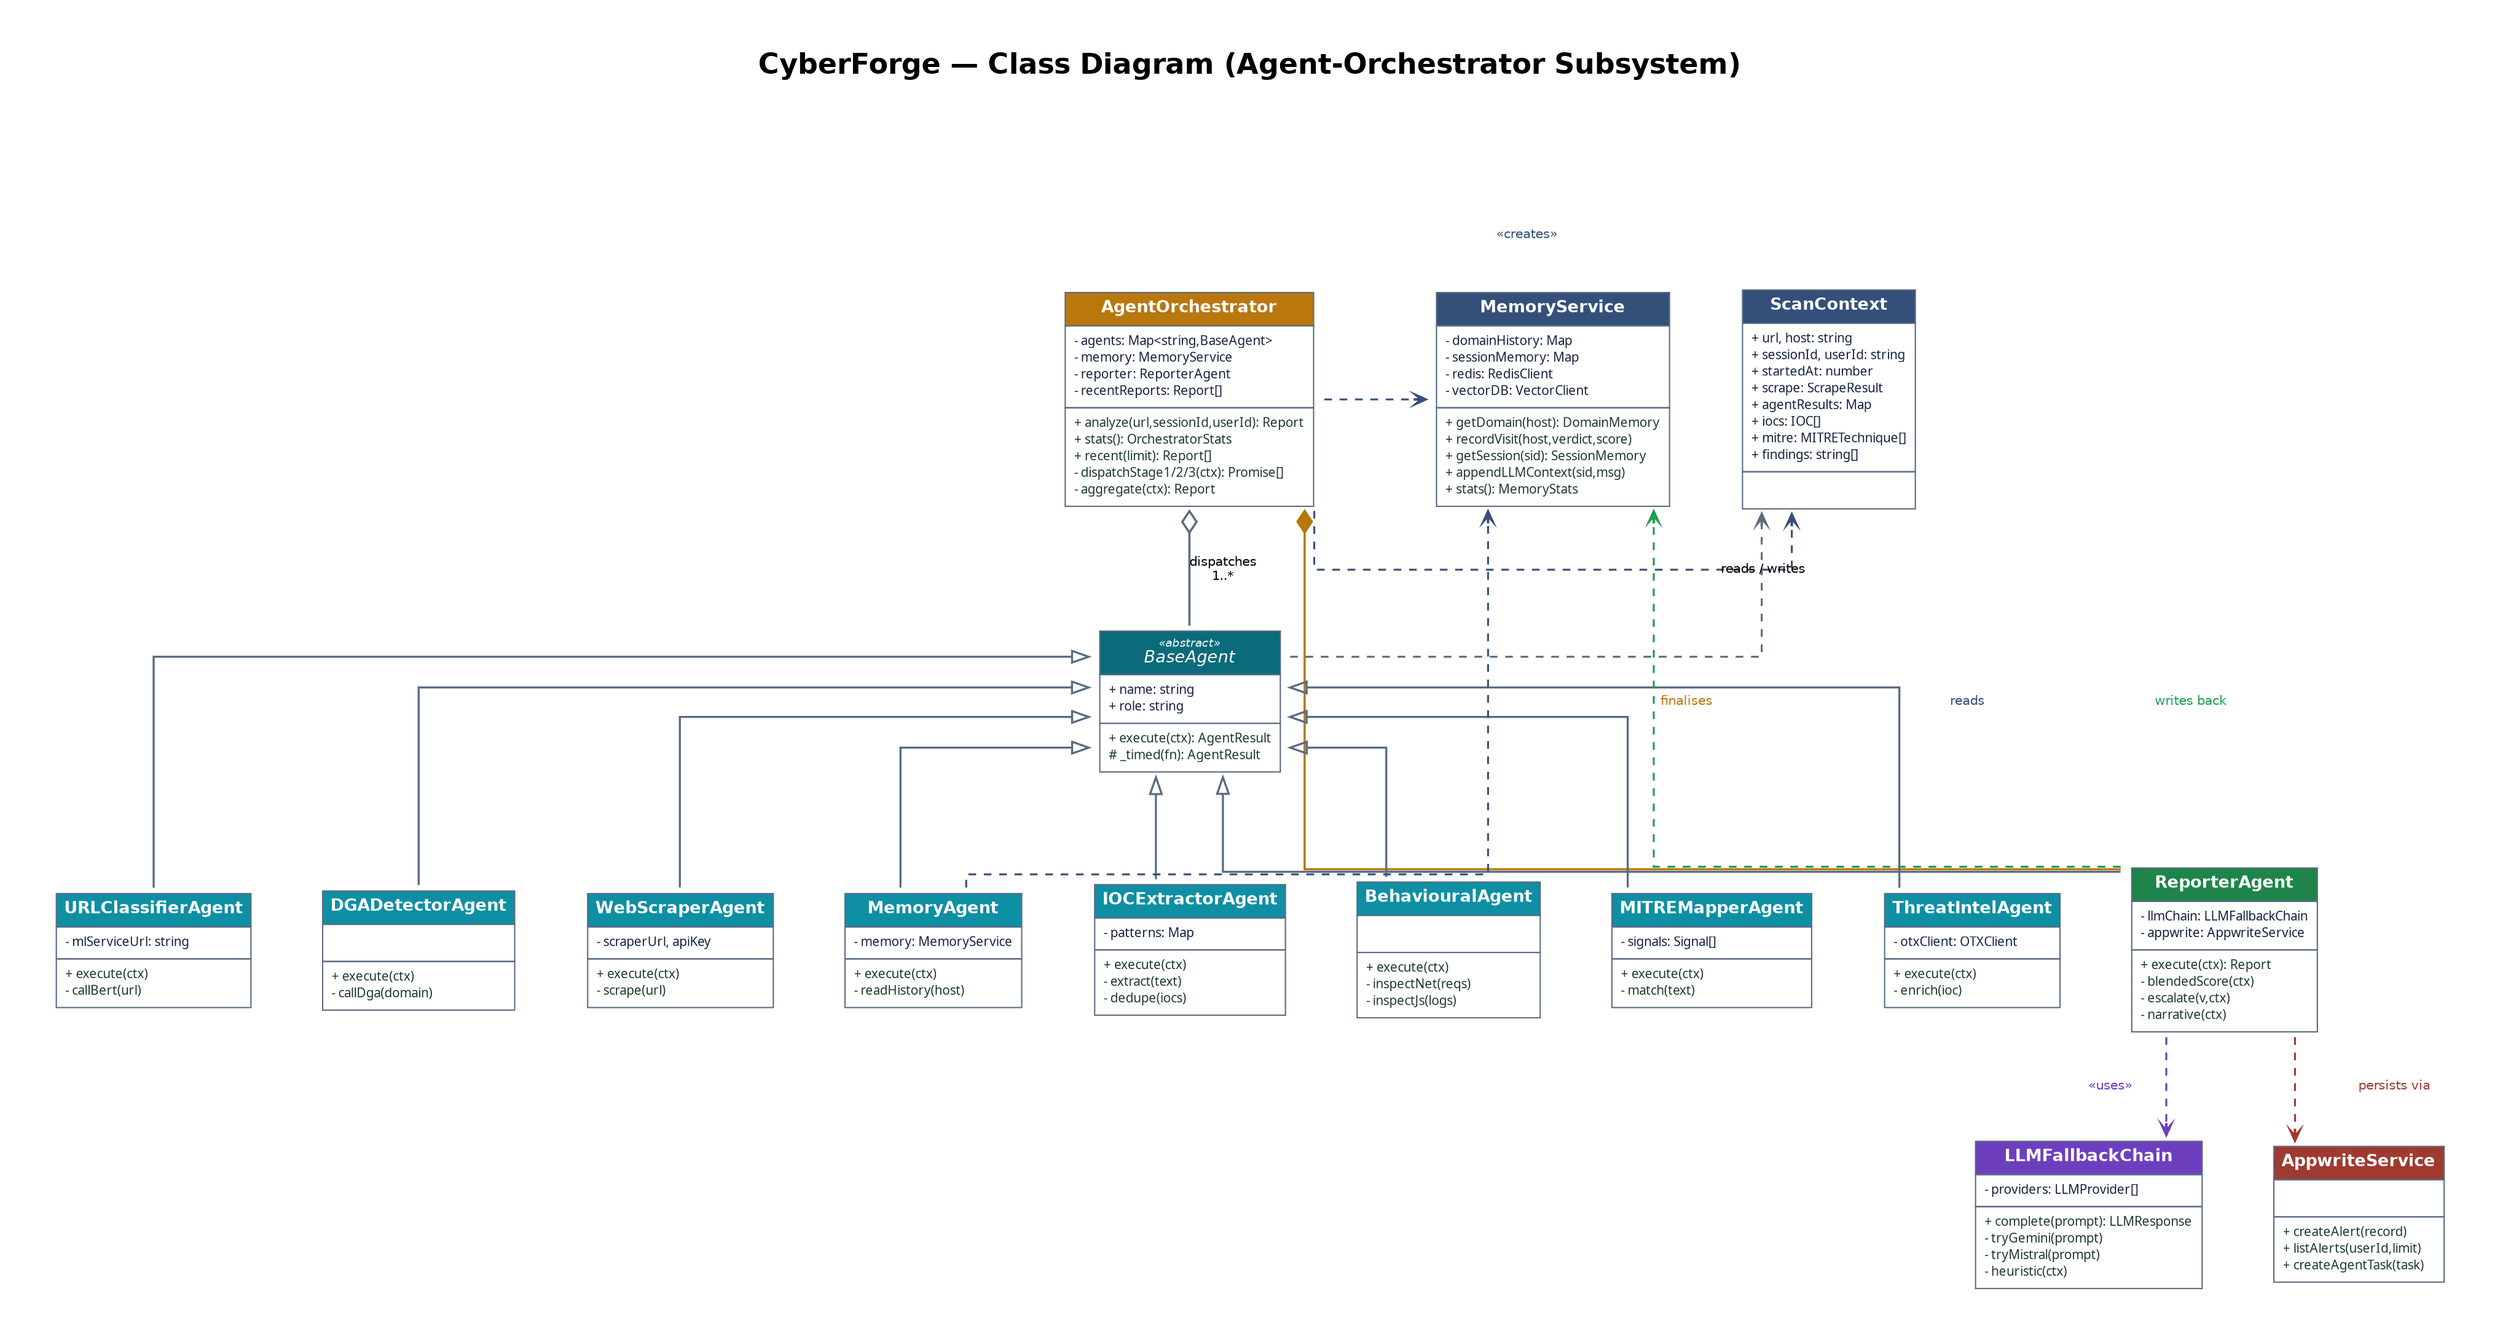
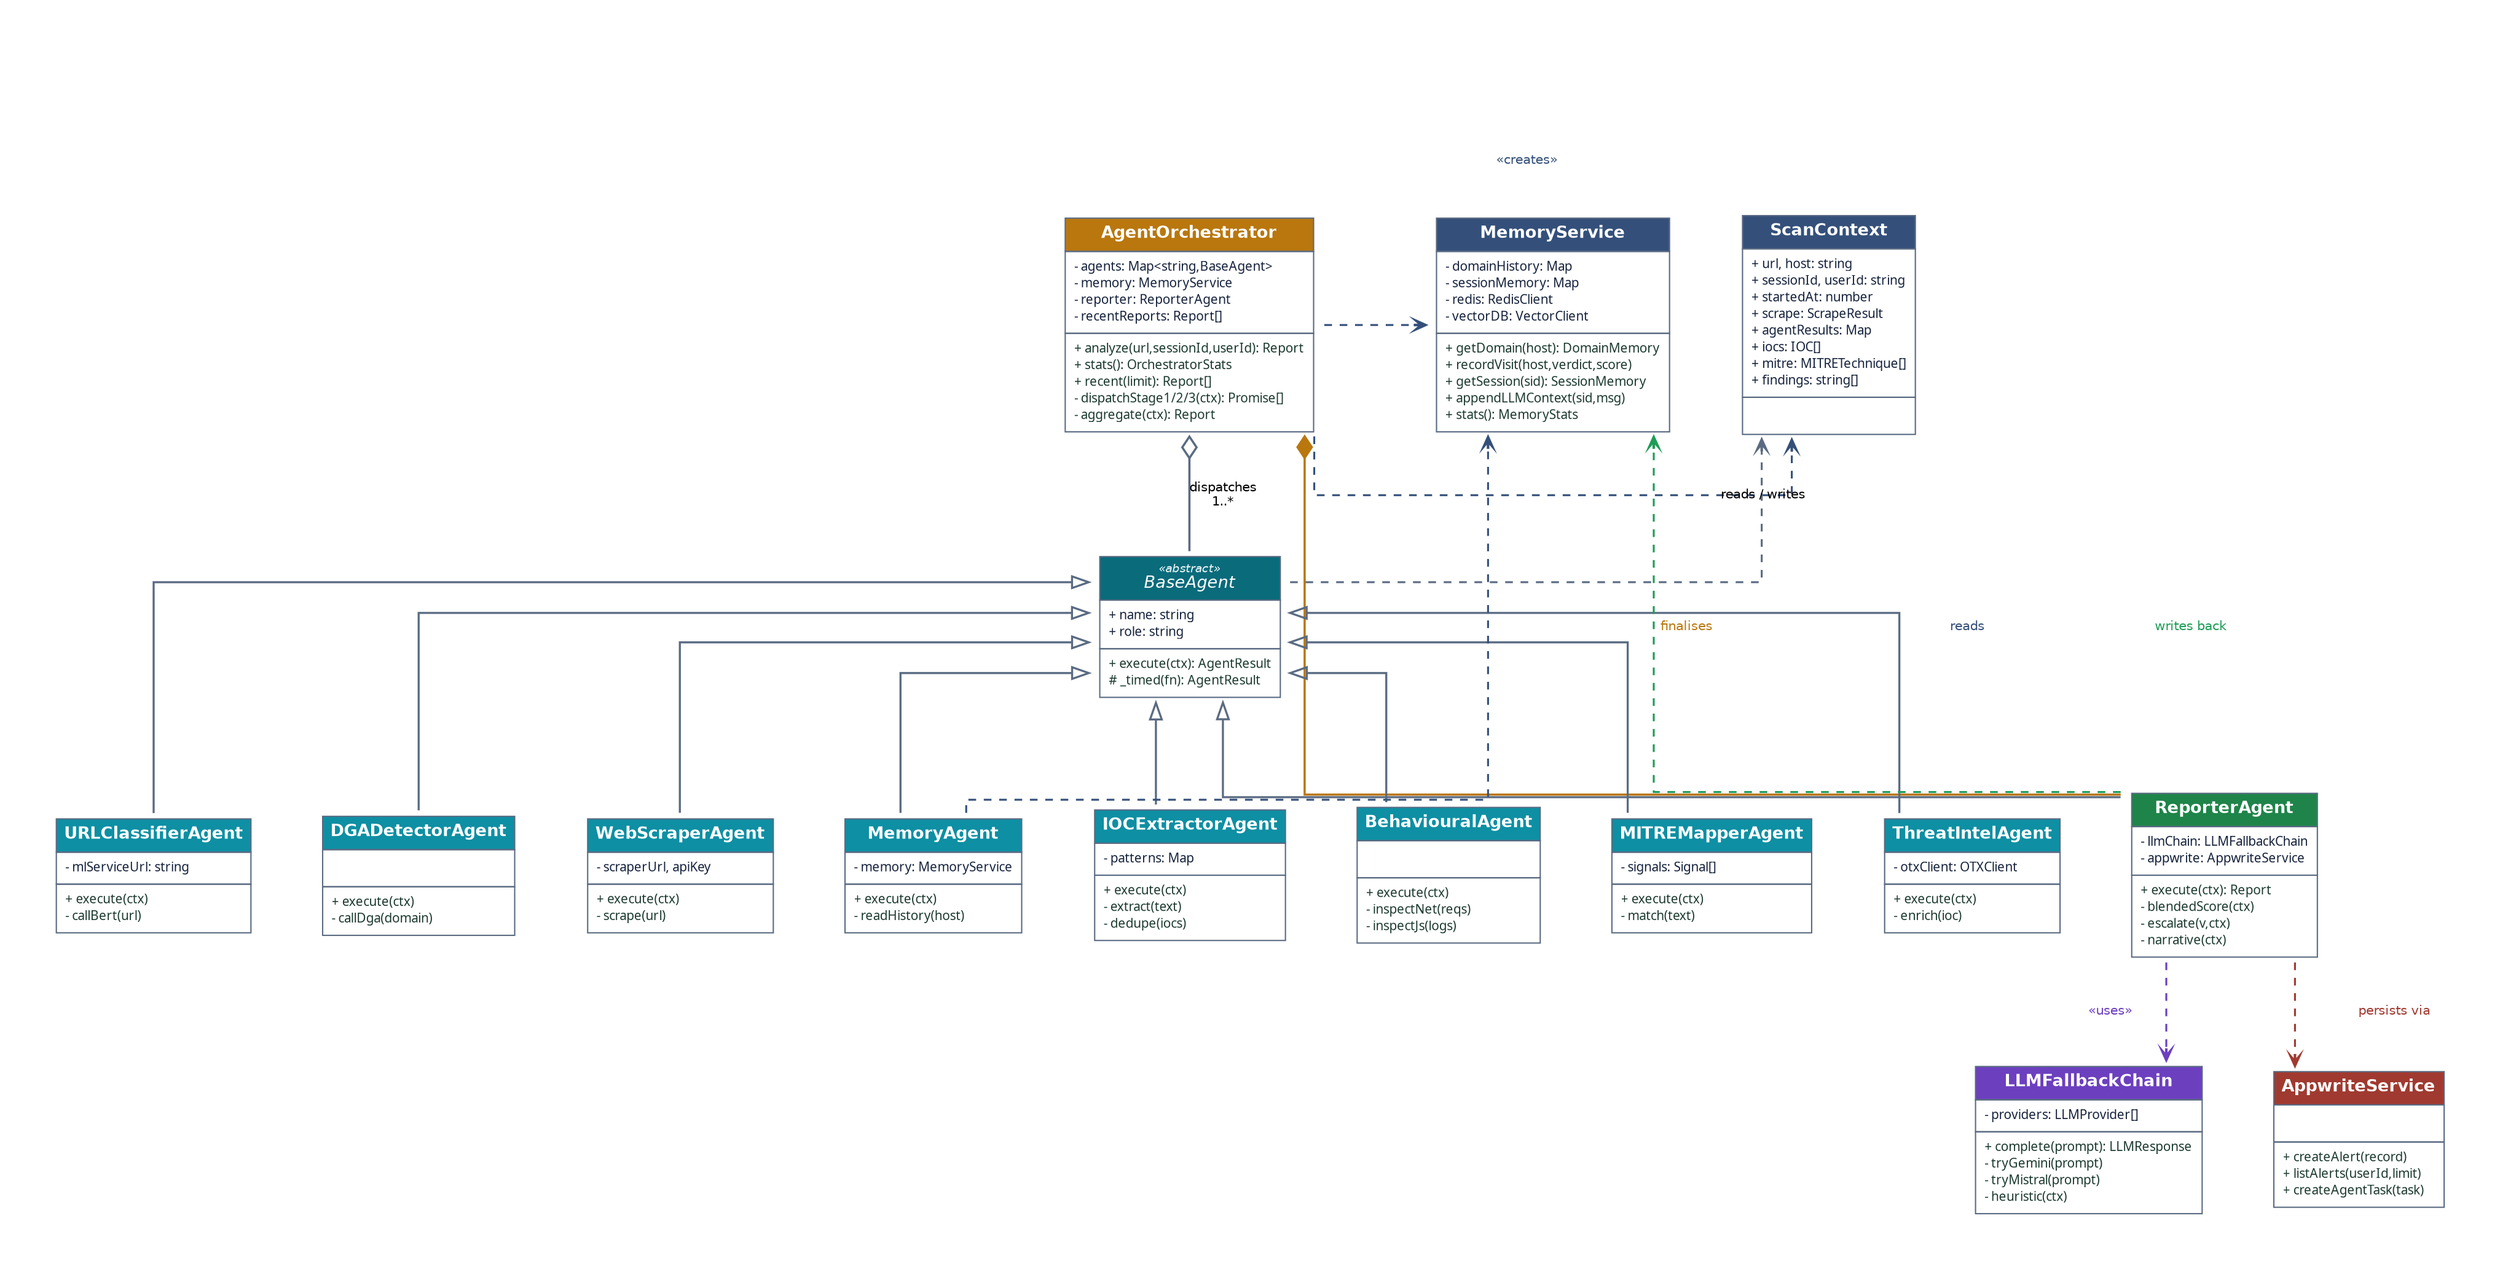
digraph cyberforge_class {
  graph [rankdir=TB, splines=ortho, bgcolor="white", nodesep=0.55,
-          ranksep=0.9, pad=0.5, fontname="Helvetica-Bold", fontsize=22,
-          labelloc=t, label="CyberForge — Class Diagram (Agent-Orchestrator Subsystem)\n\n"];
+          ranksep=0.9, pad=0.5, fontname="Helvetica-Bold", fontsize=22];
  node [shape=plaintext, fontname="Helvetica"];
  edge [fontname="Helvetica", fontsize=10, penwidth=1.6, color="#5A6B82"];
  Orchestrator [label=<<TABLE BORDER="0" CELLBORDER="1" CELLSPACING="0" CELLPADDING="5" COLOR="#5A6B82"><TR><TD BGCOLOR="#B9770E" ALIGN="CENTER"><FONT POINT-SIZE="13.5" COLOR="white"><B>AgentOrchestrator</B></FONT></TD></TR><TR><TD ALIGN="LEFT"><TABLE BORDER="0" CELLBORDER="0" CELLSPACING="0" CELLPADDING="1"><TR><TD ALIGN="LEFT"><FONT FACE="Menlo" POINT-SIZE="10" COLOR="#16233D">- agents: Map&lt;string,BaseAgent&gt;</FONT></TD></TR><TR><TD ALIGN="LEFT"><FONT FACE="Menlo" POINT-SIZE="10" COLOR="#16233D">- memory: MemoryService</FONT></TD></TR><TR><TD ALIGN="LEFT"><FONT FACE="Menlo" POINT-SIZE="10" COLOR="#16233D">- reporter: ReporterAgent</FONT></TD></TR><TR><TD ALIGN="LEFT"><FONT FACE="Menlo" POINT-SIZE="10" COLOR="#16233D">- recentReports: Report[]</FONT></TD></TR></TABLE></TD></TR><TR><TD ALIGN="LEFT"><TABLE BORDER="0" CELLBORDER="0" CELLSPACING="0" CELLPADDING="1"><TR><TD ALIGN="LEFT"><FONT FACE="Menlo" POINT-SIZE="10" COLOR="#1d3b2f">+ analyze(url,sessionId,userId): Report</FONT></TD></TR><TR><TD ALIGN="LEFT"><FONT FACE="Menlo" POINT-SIZE="10" COLOR="#1d3b2f">+ stats(): OrchestratorStats</FONT></TD></TR><TR><TD ALIGN="LEFT"><FONT FACE="Menlo" POINT-SIZE="10" COLOR="#1d3b2f">+ recent(limit): Report[]</FONT></TD></TR><TR><TD ALIGN="LEFT"><FONT FACE="Menlo" POINT-SIZE="10" COLOR="#1d3b2f">- dispatchStage1/2/3(ctx): Promise[]</FONT></TD></TR><TR><TD ALIGN="LEFT"><FONT FACE="Menlo" POINT-SIZE="10" COLOR="#1d3b2f">- aggregate(ctx): Report</FONT></TD></TR></TABLE></TD></TR></TABLE>>];
  Base [label=<<TABLE BORDER="0" CELLBORDER="1" CELLSPACING="0" CELLPADDING="5" COLOR="#5A6B82"><TR><TD BGCOLOR="#0A6B7B" ALIGN="CENTER"><FONT POINT-SIZE="9" COLOR="#EAF6F8"><I>«abstract»</I></FONT><BR/><FONT POINT-SIZE="13.5" COLOR="white"><I>BaseAgent</I></FONT></TD></TR><TR><TD ALIGN="LEFT"><TABLE BORDER="0" CELLBORDER="0" CELLSPACING="0" CELLPADDING="1"><TR><TD ALIGN="LEFT"><FONT FACE="Menlo" POINT-SIZE="10" COLOR="#16233D">+ name: string</FONT></TD></TR><TR><TD ALIGN="LEFT"><FONT FACE="Menlo" POINT-SIZE="10" COLOR="#16233D">+ role: string</FONT></TD></TR></TABLE></TD></TR><TR><TD ALIGN="LEFT"><TABLE BORDER="0" CELLBORDER="0" CELLSPACING="0" CELLPADDING="1"><TR><TD ALIGN="LEFT"><FONT FACE="Menlo" POINT-SIZE="10" COLOR="#1d3b2f">+ execute(ctx): AgentResult</FONT></TD></TR><TR><TD ALIGN="LEFT"><FONT FACE="Menlo" POINT-SIZE="10" COLOR="#1d3b2f"># _timed(fn): AgentResult</FONT></TD></TR></TABLE></TD></TR></TABLE>>];
  Ctx [label=<<TABLE BORDER="0" CELLBORDER="1" CELLSPACING="0" CELLPADDING="5" COLOR="#5A6B82"><TR><TD BGCOLOR="#34507A" ALIGN="CENTER"><FONT POINT-SIZE="13.5" COLOR="white"><B>ScanContext</B></FONT></TD></TR><TR><TD ALIGN="LEFT"><TABLE BORDER="0" CELLBORDER="0" CELLSPACING="0" CELLPADDING="1"><TR><TD ALIGN="LEFT"><FONT FACE="Menlo" POINT-SIZE="10" COLOR="#16233D">+ url, host: string</FONT></TD></TR><TR><TD ALIGN="LEFT"><FONT FACE="Menlo" POINT-SIZE="10" COLOR="#16233D">+ sessionId, userId: string</FONT></TD></TR><TR><TD ALIGN="LEFT"><FONT FACE="Menlo" POINT-SIZE="10" COLOR="#16233D">+ startedAt: number</FONT></TD></TR><TR><TD ALIGN="LEFT"><FONT FACE="Menlo" POINT-SIZE="10" COLOR="#16233D">+ scrape: ScrapeResult</FONT></TD></TR><TR><TD ALIGN="LEFT"><FONT FACE="Menlo" POINT-SIZE="10" COLOR="#16233D">+ agentResults: Map</FONT></TD></TR><TR><TD ALIGN="LEFT"><FONT FACE="Menlo" POINT-SIZE="10" COLOR="#16233D">+ iocs: IOC[]</FONT></TD></TR><TR><TD ALIGN="LEFT"><FONT FACE="Menlo" POINT-SIZE="10" COLOR="#16233D">+ mitre: MITRETechnique[]</FONT></TD></TR><TR><TD ALIGN="LEFT"><FONT FACE="Menlo" POINT-SIZE="10" COLOR="#16233D">+ findings: string[]</FONT></TD></TR></TABLE></TD></TR><TR><TD ALIGN="LEFT"><TABLE BORDER="0" CELLBORDER="0" CELLSPACING="0" CELLPADDING="1"><TR><TD> </TD></TR></TABLE></TD></TR></TABLE>>];
  Mem [label=<<TABLE BORDER="0" CELLBORDER="1" CELLSPACING="0" CELLPADDING="5" COLOR="#5A6B82"><TR><TD BGCOLOR="#34507A" ALIGN="CENTER"><FONT POINT-SIZE="13.5" COLOR="white"><B>MemoryService</B></FONT></TD></TR><TR><TD ALIGN="LEFT"><TABLE BORDER="0" CELLBORDER="0" CELLSPACING="0" CELLPADDING="1"><TR><TD ALIGN="LEFT"><FONT FACE="Menlo" POINT-SIZE="10" COLOR="#16233D">- domainHistory: Map</FONT></TD></TR><TR><TD ALIGN="LEFT"><FONT FACE="Menlo" POINT-SIZE="10" COLOR="#16233D">- sessionMemory: Map</FONT></TD></TR><TR><TD ALIGN="LEFT"><FONT FACE="Menlo" POINT-SIZE="10" COLOR="#16233D">- redis: RedisClient</FONT></TD></TR><TR><TD ALIGN="LEFT"><FONT FACE="Menlo" POINT-SIZE="10" COLOR="#16233D">- vectorDB: VectorClient</FONT></TD></TR></TABLE></TD></TR><TR><TD ALIGN="LEFT"><TABLE BORDER="0" CELLBORDER="0" CELLSPACING="0" CELLPADDING="1"><TR><TD ALIGN="LEFT"><FONT FACE="Menlo" POINT-SIZE="10" COLOR="#1d3b2f">+ getDomain(host): DomainMemory</FONT></TD></TR><TR><TD ALIGN="LEFT"><FONT FACE="Menlo" POINT-SIZE="10" COLOR="#1d3b2f">+ recordVisit(host,verdict,score)</FONT></TD></TR><TR><TD ALIGN="LEFT"><FONT FACE="Menlo" POINT-SIZE="10" COLOR="#1d3b2f">+ getSession(sid): SessionMemory</FONT></TD></TR><TR><TD ALIGN="LEFT"><FONT FACE="Menlo" POINT-SIZE="10" COLOR="#1d3b2f">+ appendLLMContext(sid,msg)</FONT></TD></TR><TR><TD ALIGN="LEFT"><FONT FACE="Menlo" POINT-SIZE="10" COLOR="#1d3b2f">+ stats(): MemoryStats</FONT></TD></TR></TABLE></TD></TR></TABLE>>];
  LLM [label=<<TABLE BORDER="0" CELLBORDER="1" CELLSPACING="0" CELLPADDING="5" COLOR="#5A6B82"><TR><TD BGCOLOR="#6C3FBF" ALIGN="CENTER"><FONT POINT-SIZE="13.5" COLOR="white"><B>LLMFallbackChain</B></FONT></TD></TR><TR><TD ALIGN="LEFT"><TABLE BORDER="0" CELLBORDER="0" CELLSPACING="0" CELLPADDING="1"><TR><TD ALIGN="LEFT"><FONT FACE="Menlo" POINT-SIZE="10" COLOR="#16233D">- providers: LLMProvider[]</FONT></TD></TR></TABLE></TD></TR><TR><TD ALIGN="LEFT"><TABLE BORDER="0" CELLBORDER="0" CELLSPACING="0" CELLPADDING="1"><TR><TD ALIGN="LEFT"><FONT FACE="Menlo" POINT-SIZE="10" COLOR="#1d3b2f">+ complete(prompt): LLMResponse</FONT></TD></TR><TR><TD ALIGN="LEFT"><FONT FACE="Menlo" POINT-SIZE="10" COLOR="#1d3b2f">- tryGemini(prompt)</FONT></TD></TR><TR><TD ALIGN="LEFT"><FONT FACE="Menlo" POINT-SIZE="10" COLOR="#1d3b2f">- tryMistral(prompt)</FONT></TD></TR><TR><TD ALIGN="LEFT"><FONT FACE="Menlo" POINT-SIZE="10" COLOR="#1d3b2f">- heuristic(ctx)</FONT></TD></TR></TABLE></TD></TR></TABLE>>];
  App [label=<<TABLE BORDER="0" CELLBORDER="1" CELLSPACING="0" CELLPADDING="5" COLOR="#5A6B82"><TR><TD BGCOLOR="#A03A30" ALIGN="CENTER"><FONT POINT-SIZE="13.5" COLOR="white"><B>AppwriteService</B></FONT></TD></TR><TR><TD ALIGN="LEFT"><TABLE BORDER="0" CELLBORDER="0" CELLSPACING="0" CELLPADDING="1"><TR><TD> </TD></TR></TABLE></TD></TR><TR><TD ALIGN="LEFT"><TABLE BORDER="0" CELLBORDER="0" CELLSPACING="0" CELLPADDING="1"><TR><TD ALIGN="LEFT"><FONT FACE="Menlo" POINT-SIZE="10" COLOR="#1d3b2f">+ createAlert(record)</FONT></TD></TR><TR><TD ALIGN="LEFT"><FONT FACE="Menlo" POINT-SIZE="10" COLOR="#1d3b2f">+ listAlerts(userId,limit)</FONT></TD></TR><TR><TD ALIGN="LEFT"><FONT FACE="Menlo" POINT-SIZE="10" COLOR="#1d3b2f">+ createAgentTask(task)</FONT></TD></TR></TABLE></TD></TR></TABLE>>];
  URLc [label=<<TABLE BORDER="0" CELLBORDER="1" CELLSPACING="0" CELLPADDING="5" COLOR="#5A6B82"><TR><TD BGCOLOR="#0E8FA3" ALIGN="CENTER"><FONT POINT-SIZE="13.5" COLOR="white"><B>URLClassifierAgent</B></FONT></TD></TR><TR><TD ALIGN="LEFT"><TABLE BORDER="0" CELLBORDER="0" CELLSPACING="0" CELLPADDING="1"><TR><TD ALIGN="LEFT"><FONT FACE="Menlo" POINT-SIZE="10" COLOR="#16233D">- mlServiceUrl: string</FONT></TD></TR></TABLE></TD></TR><TR><TD ALIGN="LEFT"><TABLE BORDER="0" CELLBORDER="0" CELLSPACING="0" CELLPADDING="1"><TR><TD ALIGN="LEFT"><FONT FACE="Menlo" POINT-SIZE="10" COLOR="#1d3b2f">+ execute(ctx)</FONT></TD></TR><TR><TD ALIGN="LEFT"><FONT FACE="Menlo" POINT-SIZE="10" COLOR="#1d3b2f">- callBert(url)</FONT></TD></TR></TABLE></TD></TR></TABLE>>];
  DGAc [label=<<TABLE BORDER="0" CELLBORDER="1" CELLSPACING="0" CELLPADDING="5" COLOR="#5A6B82"><TR><TD BGCOLOR="#0E8FA3" ALIGN="CENTER"><FONT POINT-SIZE="13.5" COLOR="white"><B>DGADetectorAgent</B></FONT></TD></TR><TR><TD ALIGN="LEFT"><TABLE BORDER="0" CELLBORDER="0" CELLSPACING="0" CELLPADDING="1"><TR><TD> </TD></TR></TABLE></TD></TR><TR><TD ALIGN="LEFT"><TABLE BORDER="0" CELLBORDER="0" CELLSPACING="0" CELLPADDING="1"><TR><TD ALIGN="LEFT"><FONT FACE="Menlo" POINT-SIZE="10" COLOR="#1d3b2f">+ execute(ctx)</FONT></TD></TR><TR><TD ALIGN="LEFT"><FONT FACE="Menlo" POINT-SIZE="10" COLOR="#1d3b2f">- callDga(domain)</FONT></TD></TR></TABLE></TD></TR></TABLE>>];
  Scr [label=<<TABLE BORDER="0" CELLBORDER="1" CELLSPACING="0" CELLPADDING="5" COLOR="#5A6B82"><TR><TD BGCOLOR="#0E8FA3" ALIGN="CENTER"><FONT POINT-SIZE="13.5" COLOR="white"><B>WebScraperAgent</B></FONT></TD></TR><TR><TD ALIGN="LEFT"><TABLE BORDER="0" CELLBORDER="0" CELLSPACING="0" CELLPADDING="1"><TR><TD ALIGN="LEFT"><FONT FACE="Menlo" POINT-SIZE="10" COLOR="#16233D">- scraperUrl, apiKey</FONT></TD></TR></TABLE></TD></TR><TR><TD ALIGN="LEFT"><TABLE BORDER="0" CELLBORDER="0" CELLSPACING="0" CELLPADDING="1"><TR><TD ALIGN="LEFT"><FONT FACE="Menlo" POINT-SIZE="10" COLOR="#1d3b2f">+ execute(ctx)</FONT></TD></TR><TR><TD ALIGN="LEFT"><FONT FACE="Menlo" POINT-SIZE="10" COLOR="#1d3b2f">- scrape(url)</FONT></TD></TR></TABLE></TD></TR></TABLE>>];
  MemA [label=<<TABLE BORDER="0" CELLBORDER="1" CELLSPACING="0" CELLPADDING="5" COLOR="#5A6B82"><TR><TD BGCOLOR="#0E8FA3" ALIGN="CENTER"><FONT POINT-SIZE="13.5" COLOR="white"><B>MemoryAgent</B></FONT></TD></TR><TR><TD ALIGN="LEFT"><TABLE BORDER="0" CELLBORDER="0" CELLSPACING="0" CELLPADDING="1"><TR><TD ALIGN="LEFT"><FONT FACE="Menlo" POINT-SIZE="10" COLOR="#16233D">- memory: MemoryService</FONT></TD></TR></TABLE></TD></TR><TR><TD ALIGN="LEFT"><TABLE BORDER="0" CELLBORDER="0" CELLSPACING="0" CELLPADDING="1"><TR><TD ALIGN="LEFT"><FONT FACE="Menlo" POINT-SIZE="10" COLOR="#1d3b2f">+ execute(ctx)</FONT></TD></TR><TR><TD ALIGN="LEFT"><FONT FACE="Menlo" POINT-SIZE="10" COLOR="#1d3b2f">- readHistory(host)</FONT></TD></TR></TABLE></TD></TR></TABLE>>];
  IOC [label=<<TABLE BORDER="0" CELLBORDER="1" CELLSPACING="0" CELLPADDING="5" COLOR="#5A6B82"><TR><TD BGCOLOR="#0E8FA3" ALIGN="CENTER"><FONT POINT-SIZE="13.5" COLOR="white"><B>IOCExtractorAgent</B></FONT></TD></TR><TR><TD ALIGN="LEFT"><TABLE BORDER="0" CELLBORDER="0" CELLSPACING="0" CELLPADDING="1"><TR><TD ALIGN="LEFT"><FONT FACE="Menlo" POINT-SIZE="10" COLOR="#16233D">- patterns: Map</FONT></TD></TR></TABLE></TD></TR><TR><TD ALIGN="LEFT"><TABLE BORDER="0" CELLBORDER="0" CELLSPACING="0" CELLPADDING="1"><TR><TD ALIGN="LEFT"><FONT FACE="Menlo" POINT-SIZE="10" COLOR="#1d3b2f">+ execute(ctx)</FONT></TD></TR><TR><TD ALIGN="LEFT"><FONT FACE="Menlo" POINT-SIZE="10" COLOR="#1d3b2f">- extract(text)</FONT></TD></TR><TR><TD ALIGN="LEFT"><FONT FACE="Menlo" POINT-SIZE="10" COLOR="#1d3b2f">- dedupe(iocs)</FONT></TD></TR></TABLE></TD></TR></TABLE>>];
  Beh [label=<<TABLE BORDER="0" CELLBORDER="1" CELLSPACING="0" CELLPADDING="5" COLOR="#5A6B82"><TR><TD BGCOLOR="#0E8FA3" ALIGN="CENTER"><FONT POINT-SIZE="13.5" COLOR="white"><B>BehaviouralAgent</B></FONT></TD></TR><TR><TD ALIGN="LEFT"><TABLE BORDER="0" CELLBORDER="0" CELLSPACING="0" CELLPADDING="1"><TR><TD> </TD></TR></TABLE></TD></TR><TR><TD ALIGN="LEFT"><TABLE BORDER="0" CELLBORDER="0" CELLSPACING="0" CELLPADDING="1"><TR><TD ALIGN="LEFT"><FONT FACE="Menlo" POINT-SIZE="10" COLOR="#1d3b2f">+ execute(ctx)</FONT></TD></TR><TR><TD ALIGN="LEFT"><FONT FACE="Menlo" POINT-SIZE="10" COLOR="#1d3b2f">- inspectNet(reqs)</FONT></TD></TR><TR><TD ALIGN="LEFT"><FONT FACE="Menlo" POINT-SIZE="10" COLOR="#1d3b2f">- inspectJs(logs)</FONT></TD></TR></TABLE></TD></TR></TABLE>>];
  MIT [label=<<TABLE BORDER="0" CELLBORDER="1" CELLSPACING="0" CELLPADDING="5" COLOR="#5A6B82"><TR><TD BGCOLOR="#0E8FA3" ALIGN="CENTER"><FONT POINT-SIZE="13.5" COLOR="white"><B>MITREMapperAgent</B></FONT></TD></TR><TR><TD ALIGN="LEFT"><TABLE BORDER="0" CELLBORDER="0" CELLSPACING="0" CELLPADDING="1"><TR><TD ALIGN="LEFT"><FONT FACE="Menlo" POINT-SIZE="10" COLOR="#16233D">- signals: Signal[]</FONT></TD></TR></TABLE></TD></TR><TR><TD ALIGN="LEFT"><TABLE BORDER="0" CELLBORDER="0" CELLSPACING="0" CELLPADDING="1"><TR><TD ALIGN="LEFT"><FONT FACE="Menlo" POINT-SIZE="10" COLOR="#1d3b2f">+ execute(ctx)</FONT></TD></TR><TR><TD ALIGN="LEFT"><FONT FACE="Menlo" POINT-SIZE="10" COLOR="#1d3b2f">- match(text)</FONT></TD></TR></TABLE></TD></TR></TABLE>>];
  TI [label=<<TABLE BORDER="0" CELLBORDER="1" CELLSPACING="0" CELLPADDING="5" COLOR="#5A6B82"><TR><TD BGCOLOR="#0E8FA3" ALIGN="CENTER"><FONT POINT-SIZE="13.5" COLOR="white"><B>ThreatIntelAgent</B></FONT></TD></TR><TR><TD ALIGN="LEFT"><TABLE BORDER="0" CELLBORDER="0" CELLSPACING="0" CELLPADDING="1"><TR><TD ALIGN="LEFT"><FONT FACE="Menlo" POINT-SIZE="10" COLOR="#16233D">- otxClient: OTXClient</FONT></TD></TR></TABLE></TD></TR><TR><TD ALIGN="LEFT"><TABLE BORDER="0" CELLBORDER="0" CELLSPACING="0" CELLPADDING="1"><TR><TD ALIGN="LEFT"><FONT FACE="Menlo" POINT-SIZE="10" COLOR="#1d3b2f">+ execute(ctx)</FONT></TD></TR><TR><TD ALIGN="LEFT"><FONT FACE="Menlo" POINT-SIZE="10" COLOR="#1d3b2f">- enrich(ioc)</FONT></TD></TR></TABLE></TD></TR></TABLE>>];
  Rep [label=<<TABLE BORDER="0" CELLBORDER="1" CELLSPACING="0" CELLPADDING="5" COLOR="#5A6B82"><TR><TD BGCOLOR="#1E8449" ALIGN="CENTER"><FONT POINT-SIZE="13.5" COLOR="white"><B>ReporterAgent</B></FONT></TD></TR><TR><TD ALIGN="LEFT"><TABLE BORDER="0" CELLBORDER="0" CELLSPACING="0" CELLPADDING="1"><TR><TD ALIGN="LEFT"><FONT FACE="Menlo" POINT-SIZE="10" COLOR="#16233D">- llmChain: LLMFallbackChain</FONT></TD></TR><TR><TD ALIGN="LEFT"><FONT FACE="Menlo" POINT-SIZE="10" COLOR="#16233D">- appwrite: AppwriteService</FONT></TD></TR></TABLE></TD></TR><TR><TD ALIGN="LEFT"><TABLE BORDER="0" CELLBORDER="0" CELLSPACING="0" CELLPADDING="1"><TR><TD ALIGN="LEFT"><FONT FACE="Menlo" POINT-SIZE="10" COLOR="#1d3b2f">+ execute(ctx): Report</FONT></TD></TR><TR><TD ALIGN="LEFT"><FONT FACE="Menlo" POINT-SIZE="10" COLOR="#1d3b2f">- blendedScore(ctx)</FONT></TD></TR><TR><TD ALIGN="LEFT"><FONT FACE="Menlo" POINT-SIZE="10" COLOR="#1d3b2f">- escalate(v,ctx)</FONT></TD></TR><TR><TD ALIGN="LEFT"><FONT FACE="Menlo" POINT-SIZE="10" COLOR="#1d3b2f">- narrative(ctx)</FONT></TD></TR></TABLE></TD></TR></TABLE>>];
  {rank=same; URLc; DGAc; Scr; MemA; IOC; Beh; MIT; TI; Rep;}
  {rank=same; Mem; Orchestrator; Ctx;}
  {rank=same; LLM; App;}
  Base -> URLc [dir=back, arrowtail=empty, arrowsize=1.3, color="#5A6B82", penwidth=1.6];
  Base -> DGAc [dir=back, arrowtail=empty, arrowsize=1.3, color="#5A6B82", penwidth=1.6];
  Base -> Scr [dir=back, arrowtail=empty, arrowsize=1.3, color="#5A6B82", penwidth=1.6];
  Base -> MemA [dir=back, arrowtail=empty, arrowsize=1.3, color="#5A6B82", penwidth=1.6];
  Base -> IOC [dir=back, arrowtail=empty, arrowsize=1.3, color="#5A6B82", penwidth=1.6];
  Base -> Beh [dir=back, arrowtail=empty, arrowsize=1.3, color="#5A6B82", penwidth=1.6];
  Base -> MIT [dir=back, arrowtail=empty, arrowsize=1.3, color="#5A6B82", penwidth=1.6];
  Base -> TI [dir=back, arrowtail=empty, arrowsize=1.3, color="#5A6B82", penwidth=1.6];
  Base -> Rep [dir=back, arrowtail=empty, arrowsize=1.3, color="#5A6B82", penwidth=1.6];
  Orchestrator -> Base [dir=back, arrowtail=odiamond, arrowsize=1.4, label="dispatches\n1..*", penwidth=1.7, color="#5A6B82"];
  Orchestrator -> Rep [dir=back, arrowtail=diamond, arrowsize=1.4, label="finalises", color="#B9770E", penwidth=1.7, fontcolor="#B9770E", constraint=false];
  Orchestrator -> Mem [style=dashed, arrowhead=vee, arrowsize=0.9, penwidth=1.5, label="«uses»", color="#34507A", fontcolor="#34507A"];
  Orchestrator -> Ctx [style=dashed, arrowhead=vee, arrowsize=0.9, penwidth=1.5, label="«creates»", color="#34507A", fontcolor="#34507A"];
  Base -> Ctx [style=dashed, arrowhead=vee, arrowsize=0.9, penwidth=1.5, label="reads / writes", color="#5A6B82", constraint=false];
  MemA -> Mem [style=dashed, arrowhead=vee, arrowsize=0.9, penwidth=1.5, label="reads", color="#34507A", fontcolor="#34507A", constraint=false];
  Rep -> LLM [style=dashed, arrowhead=vee, arrowsize=0.9, penwidth=1.5, label="«uses»", color="#6C3FBF", fontcolor="#6C3FBF"];
  Rep -> App [style=dashed, arrowhead=vee, arrowsize=0.9, penwidth=1.5, label="persists via", color="#A03A30", fontcolor="#A03A30"];
  Rep -> Mem [style=dashed, arrowhead=vee, arrowsize=0.9, penwidth=1.5, label="writes back", color="#1F9D57", fontcolor="#1F9D57", constraint=false];
}